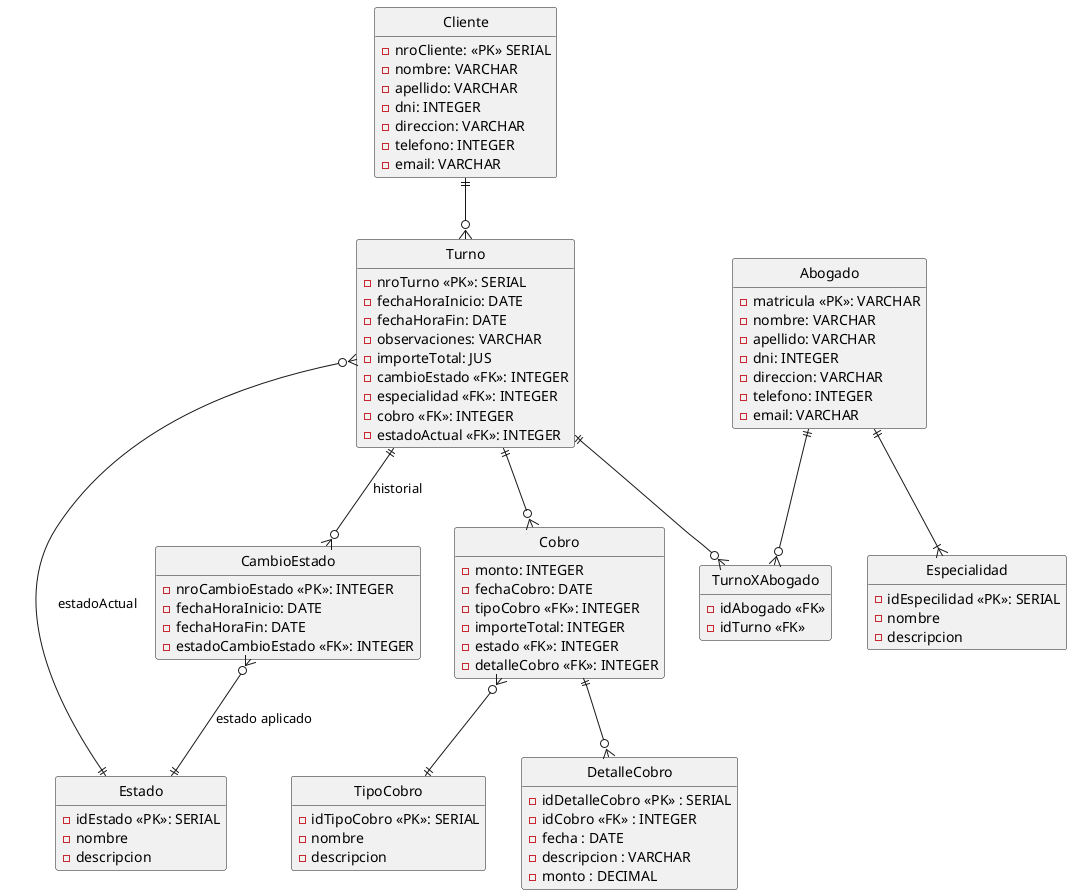
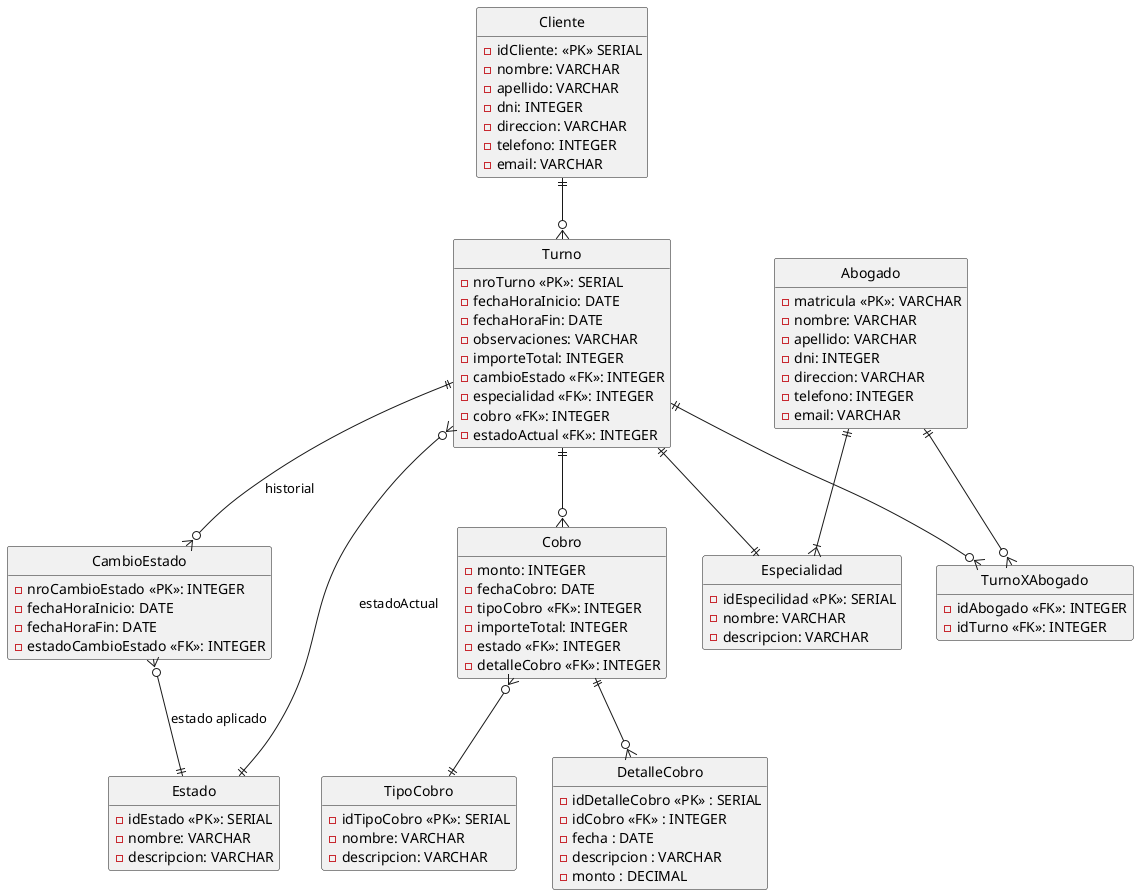
@startuml der
hide circle
hide empty method

entity Turno {
    -nroTurno <<PK>>: SERIAL
    -fechaHoraInicio: DATE
    -fechaHoraFin: DATE
    -observaciones: VARCHAR
-     -importeTotal: JUS
+     -importeTotal: INTEGER
    -cambioEstado <<FK>>: INTEGER
    -especialidad <<FK>>: INTEGER
    -cobro <<FK>>: INTEGER
    -estadoActual <<FK>>: INTEGER
}

entity CambioEstado {
    -nroCambioEstado <<PK>>: INTEGER
    -fechaHoraInicio: DATE
    -fechaHoraFin: DATE
    -estadoCambioEstado <<FK>>: INTEGER
}

entity Abogado {
    -matricula <<PK>>: VARCHAR
    -nombre: VARCHAR
    -apellido: VARCHAR
    -dni: INTEGER
    -direccion: VARCHAR
    -telefono: INTEGER
    -email: VARCHAR
}

entity Cliente {
-     -nroCliente: <<PK>> SERIAL
+     -idCliente: <<PK>> SERIAL
    -nombre: VARCHAR
    -apellido: VARCHAR
    -dni: INTEGER
    -direccion: VARCHAR
    -telefono: INTEGER
    -email: VARCHAR
}

entity Cobro {
    -monto: INTEGER
    -fechaCobro: DATE
    -tipoCobro <<FK>>: INTEGER
    -importeTotal: INTEGER
    -estado <<FK>>: INTEGER
    -detalleCobro <<FK>>: INTEGER
}

entity Especialidad {
    -idEspecilidad <<PK>>: SERIAL
-     -nombre
-     -descripcion
+     -nombre: VARCHAR
+     -descripcion: VARCHAR
}

entity TipoCobro {
    -idTipoCobro <<PK>>: SERIAL
-     -nombre
-     -descripcion
+     -nombre: VARCHAR
+     -descripcion: VARCHAR
}

entity Estado {
    -idEstado <<PK>>: SERIAL
-     -nombre
-     -descripcion
+     -nombre: VARCHAR
+     -descripcion: VARCHAR
}

entity TurnoXAbogado {
-     -idAbogado <<FK>>
-     -idTurno <<FK>>
+     -idAbogado <<FK>>: INTEGER
+     -idTurno <<FK>>: INTEGER
}

entity DetalleCobro {
    - idDetalleCobro <<PK>> : SERIAL
    - idCobro <<FK>> : INTEGER
    - fecha : DATE
    - descripcion : VARCHAR
    - monto : DECIMAL
}

+ 
+ 
Turno ||--o{ Cobro
+ Turno }o--|| Estado : "estadoActual"
+ Turno ||--o{ CambioEstado : "historial"
+ Turno ||--o{ TurnoXAbogado
+ Turno ||--|| Especialidad
+ 
Cobro }o--|| TipoCobro
Cobro ||--o{ DetalleCobro

- Turno }o--|| Estado : "estadoActual"
- Turno ||--o{ CambioEstado : "historial"
+ Abogado ||--o{ TurnoXAbogado
+ Abogado ||--|{ Especialidad
+ 
CambioEstado }o--|| Estado : "estado aplicado"

- Turno ||--o{ TurnoXAbogado
- Abogado ||--o{ TurnoXAbogado
Cliente ||--o{ Turno

- Abogado ||--|{ Especialidad


@enduml